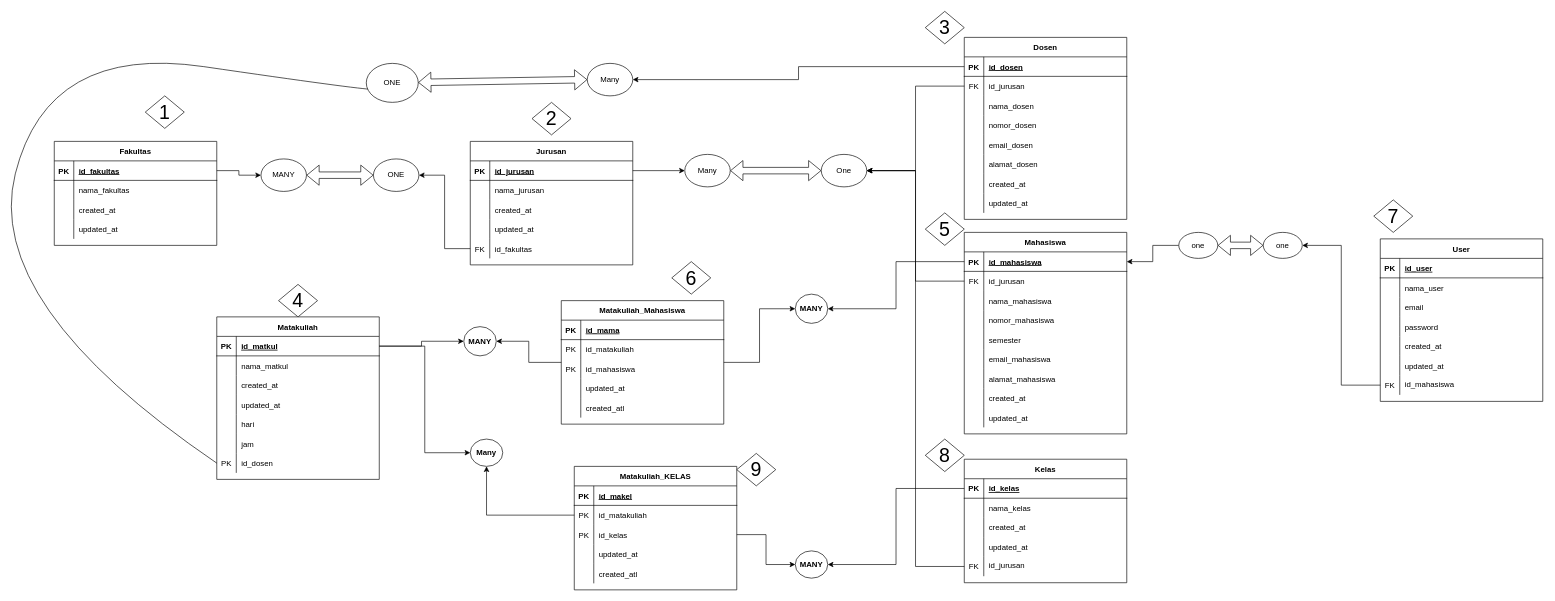
This is Untitled Diagram.drawio from Razha90/calculator, a draw.io file, before an edit. Source tidied: cells renumbered, new cells numbered last; positions are measured from the earlier drawing's top-left corner, leaving out a move shared by most shapes. Both pictures are drawn from the tidied source at 65%, with x=0, y=0 at pixel (-18, -2).
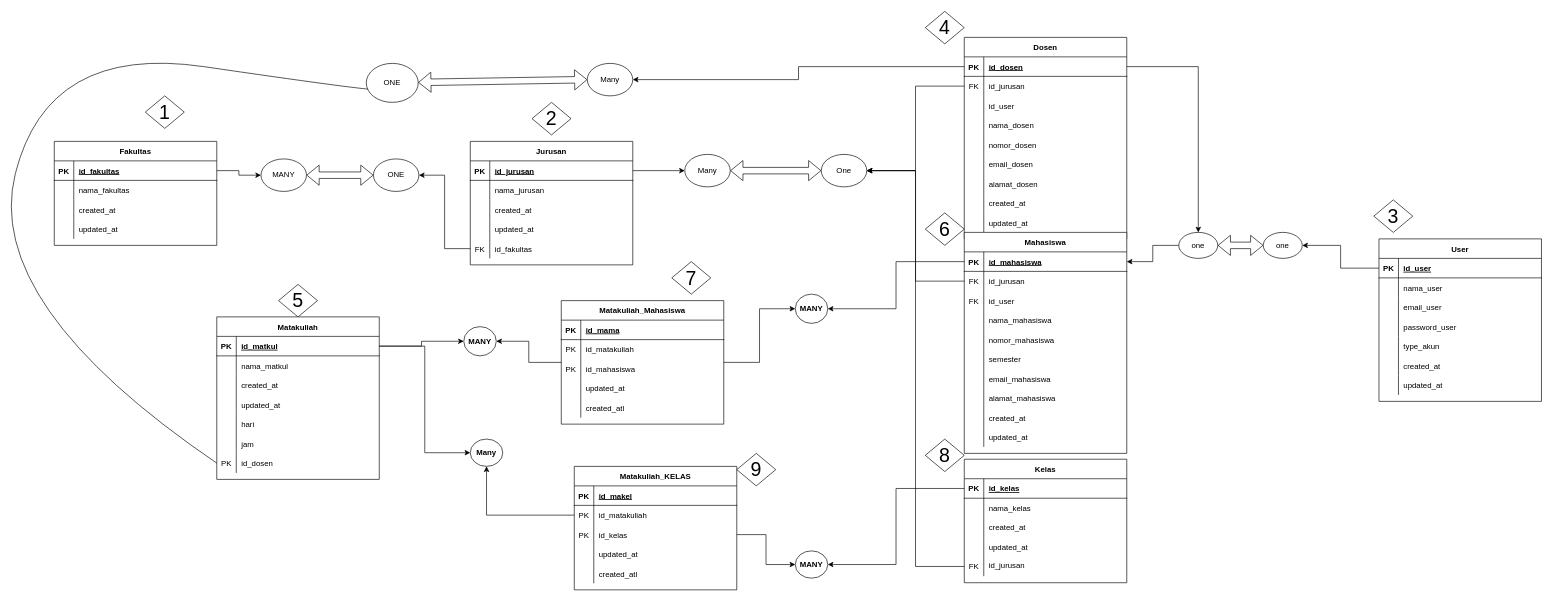
Above is the later version.

The change refers to these unchanged cells:
```xml
<mxCell id="3" style="shape=partialRectangle;fillColor=none;points=[[0,0.5],[1,0.5]];portConstraint=eastwest;top=0;left=0;right=0;bottom=1;" parent="2" vertex="1">
  <mxGeometry y="30" width="250" height="30" as="geometry" />
</mxCell>
<mxCell id="185" style="shape=partialRectangle;fillColor=none;points=[[0,0.5],[1,0.5]];portConstraint=eastwest;top=0;left=0;right=0;bottom=1;" parent="184" vertex="1">
  <mxGeometry y="30" width="250" height="30" as="geometry" />
</mxCell>
<mxCell id="191" style="shape=partialRectangle;fillColor=none;top=0;left=0;right=0;bottom=0;" parent="184" vertex="1">
  <mxGeometry y="90" width="250" height="30" as="geometry" />
</mxCell>
<mxCell id="194" style="shape=partialRectangle;fillColor=none;top=0;left=0;right=0;bottom=0;" parent="184" vertex="1">
  <mxGeometry y="120" width="250" height="30" as="geometry" />
</mxCell>
<mxCell id="207" value="one" style="ellipse;whiteSpace=wrap;html=1;" parent="1" vertex="1">
  <mxGeometry x="1970" y="360" width="60" height="40" as="geometry" />
</mxCell>
<mxCell id="209" value="one" style="ellipse;whiteSpace=wrap;html=1;" parent="1" vertex="1">
  <mxGeometry x="1840" y="360" width="60" height="40" as="geometry" />
</mxCell>
```

The edit, as a diff of the source:
```diff
@@
     <mxCell id="2" value="Dosen" style="shape=table;startSize=30;childLayout=tableLayout;rowLines=0;fontStyle=1;align=center;" parent="1" vertex="1">
-      <mxGeometry x="1510" y="60" width="250" height="280" as="geometry" />
+      <mxGeometry x="1510" y="60" width="250" height="310" as="geometry" />
     </mxCell>
@@
+    <mxCell id="220" style="shape=partialRectangle;fillColor=none;top=0;left=0;right=0;bottom=0;" parent="2" vertex="1">
+      <mxGeometry y="90" width="250" height="30" as="geometry" />
+    </mxCell>
+    <mxCell id="221" style="shape=partialRectangle;overflow=hidden;fillColor=none;top=0;left=0;bottom=0;right=0;" parent="220" vertex="1">
+      <mxGeometry width="30" height="30" as="geometry" />
+    </mxCell>
+    <mxCell id="222" value="id_user" style="shape=partialRectangle;overflow=hidden;fillColor=none;top=0;left=0;bottom=0;right=0;align=left;spacingLeft=6;" parent="220" vertex="1">
+      <mxGeometry x="30" width="220" height="30" as="geometry" />
+    </mxCell>
     <mxCell id="9" style="shape=partialRectangle;fillColor=none;top=0;left=0;right=0;bottom=0;" parent="2" vertex="1">
-      <mxGeometry y="90" width="250" height="30" as="geometry" />
+      <mxGeometry y="120" width="250" height="30" as="geometry" />
     </mxCell>
@@
     <mxCell id="12" style="shape=partialRectangle;fillColor=none;top=0;left=0;right=0;bottom=0;" parent="2" vertex="1">
-      <mxGeometry y="120" width="250" height="30" as="geometry" />
+      <mxGeometry y="150" width="250" height="30" as="geometry" />
     </mxCell>
@@
     <mxCell id="15" style="shape=partialRectangle;fillColor=none;top=0;left=0;right=0;bottom=0;" parent="2" vertex="1">
-      <mxGeometry y="150" width="250" height="30" as="geometry" />
+      <mxGeometry y="180" width="250" height="30" as="geometry" />
     </mxCell>
@@
     <mxCell id="18" style="shape=partialRectangle;fillColor=none;top=0;left=0;right=0;bottom=0;" parent="2" vertex="1">
-      <mxGeometry y="180" width="250" height="30" as="geometry" />
+      <mxGeometry y="210" width="250" height="30" as="geometry" />
     </mxCell>
@@
     <mxCell id="21" style="shape=partialRectangle;fillColor=none;top=0;left=0;right=0;bottom=0;" parent="2" vertex="1">
-      <mxGeometry y="210" width="250" height="30" as="geometry" />
+      <mxGeometry y="240" width="250" height="30" as="geometry" />
     </mxCell>
@@
     <mxCell id="24" style="shape=partialRectangle;fillColor=none;top=0;left=0;right=0;bottom=0;" parent="2" vertex="1">
-      <mxGeometry y="240" width="250" height="30" as="geometry" />
+      <mxGeometry y="270" width="250" height="30" as="geometry" />
     </mxCell>
@@
     <mxCell id="27" value="Mahasiswa" style="shape=table;startSize=30;childLayout=tableLayout;rowLines=0;fontStyle=1;align=center;" parent="1" vertex="1">
-      <mxGeometry x="1510" y="360" width="250" height="310" as="geometry" />
+      <mxGeometry x="1510" y="360" width="250" height="340" as="geometry" />
     </mxCell>
@@
+    <mxCell id="223" style="shape=partialRectangle;fillColor=none;top=0;left=0;right=0;bottom=0;" parent="27" vertex="1">
+      <mxGeometry y="90" width="250" height="30" as="geometry" />
+    </mxCell>
+    <mxCell id="204" value="FK" style="shape=partialRectangle;overflow=hidden;fillColor=none;top=0;left=0;bottom=0;right=0;" parent="223" vertex="1">
+      <mxGeometry width="30" height="30" as="geometry" />
+    </mxCell>
+    <mxCell id="224" value="id_user" style="shape=partialRectangle;overflow=hidden;fillColor=none;top=0;left=0;bottom=0;right=0;align=left;spacingLeft=6;" parent="223" vertex="1">
+      <mxGeometry x="30" width="220" height="30" as="geometry" />
+    </mxCell>
     <mxCell id="34" style="shape=partialRectangle;fillColor=none;top=0;left=0;right=0;bottom=0;" parent="27" vertex="1">
-      <mxGeometry y="90" width="250" height="30" as="geometry" />
+      <mxGeometry y="120" width="250" height="30" as="geometry" />
     </mxCell>
@@
     <mxCell id="37" style="shape=partialRectangle;fillColor=none;top=0;left=0;right=0;bottom=0;" parent="27" vertex="1">
-      <mxGeometry y="120" width="250" height="30" as="geometry" />
+      <mxGeometry y="150" width="250" height="30" as="geometry" />
     </mxCell>
@@
     <mxCell id="40" style="shape=partialRectangle;fillColor=none;top=0;left=0;right=0;bottom=0;" parent="27" vertex="1">
-      <mxGeometry y="150" width="250" height="30" as="geometry" />
+      <mxGeometry y="180" width="250" height="30" as="geometry" />
     </mxCell>
@@
     <mxCell id="43" style="shape=partialRectangle;fillColor=none;top=0;left=0;right=0;bottom=0;" parent="27" vertex="1">
-      <mxGeometry y="180" width="250" height="30" as="geometry" />
+      <mxGeometry y="210" width="250" height="30" as="geometry" />
     </mxCell>
@@
     <mxCell id="46" style="shape=partialRectangle;fillColor=none;top=0;left=0;right=0;bottom=0;" parent="27" vertex="1">
-      <mxGeometry y="210" width="250" height="30" as="geometry" />
+      <mxGeometry y="240" width="250" height="30" as="geometry" />
     </mxCell>
@@
     <mxCell id="49" style="shape=partialRectangle;fillColor=none;top=0;left=0;right=0;bottom=0;" parent="27" vertex="1">
-      <mxGeometry y="240" width="250" height="30" as="geometry" />
+      <mxGeometry y="270" width="250" height="30" as="geometry" />
     </mxCell>
@@
     <mxCell id="52" style="shape=partialRectangle;fillColor=none;top=0;left=0;right=0;bottom=0;" parent="27" vertex="1">
-      <mxGeometry y="270" width="250" height="30" as="geometry" />
+      <mxGeometry y="300" width="250" height="30" as="geometry" />
     </mxCell>
@@
     <mxCell id="184" value="User" style="shape=table;startSize=30;childLayout=tableLayout;rowLines=0;fontStyle=1;align=center;" parent="1" vertex="1">
-      <mxGeometry x="2150" y="370" width="250" height="250" as="geometry" />
+      <mxGeometry x="2148" y="370" width="250" height="250" as="geometry" />
     </mxCell>
@@
-    <mxCell id="193" value="email" style="shape=partialRectangle;overflow=hidden;fillColor=none;top=0;left=0;bottom=0;right=0;align=left;spacingLeft=6;" parent="191" vertex="1">
+    <mxCell id="193" value="email_user" style="shape=partialRectangle;overflow=hidden;fillColor=none;top=0;left=0;bottom=0;right=0;align=left;spacingLeft=6;" parent="191" vertex="1">
       <mxGeometry x="30" width="220" height="30" as="geometry" />
     </mxCell>
@@
-    <mxCell id="196" value="password" style="shape=partialRectangle;overflow=hidden;fillColor=none;top=0;left=0;bottom=0;right=0;align=left;spacingLeft=6;" parent="194" vertex="1">
+    <mxCell id="196" value="password_user" style="shape=partialRectangle;overflow=hidden;fillColor=none;top=0;left=0;bottom=0;right=0;align=left;spacingLeft=6;" parent="194" vertex="1">
       <mxGeometry x="30" width="220" height="30" as="geometry" />
     </mxCell>
+    <mxCell id="225" style="shape=partialRectangle;fillColor=none;top=0;left=0;right=0;bottom=0;" parent="184" vertex="1">
+      <mxGeometry y="150" width="250" height="30" as="geometry" />
+    </mxCell>
+    <mxCell id="226" style="shape=partialRectangle;overflow=hidden;fillColor=none;top=0;left=0;bottom=0;right=0;" parent="225" vertex="1">
+      <mxGeometry width="30" height="30" as="geometry" />
+    </mxCell>
+    <mxCell id="227" value="type_akun" style="shape=partialRectangle;overflow=hidden;fillColor=none;top=0;left=0;bottom=0;right=0;align=left;spacingLeft=6;" parent="225" vertex="1">
+      <mxGeometry x="30" width="220" height="30" as="geometry" />
+    </mxCell>
     <mxCell id="197" style="shape=partialRectangle;fillColor=none;top=0;left=0;right=0;bottom=0;" parent="184" vertex="1">
-      <mxGeometry y="150" width="250" height="30" as="geometry" />
+      <mxGeometry y="180" width="250" height="30" as="geometry" />
     </mxCell>
@@
     <mxCell id="200" style="shape=partialRectangle;fillColor=none;top=0;left=0;right=0;bottom=0;" parent="184" vertex="1">
-      <mxGeometry y="180" width="250" height="30" as="geometry" />
+      <mxGeometry y="210" width="250" height="30" as="geometry" />
     </mxCell>
@@
-    <mxCell id="203" style="shape=partialRectangle;fillColor=none;points=[[0,0.5],[1,0.5]];portConstraint=eastwest;top=0;left=0;right=0;bottom=0;" parent="184" vertex="1">
-      <mxGeometry y="210" width="250" height="30" as="geometry" />
-    </mxCell>
-    <mxCell id="204" value="FK" style="shape=partialRectangle;overflow=hidden;fillColor=none;top=0;left=0;bottom=0;right=0;" parent="203" vertex="1">
-      <mxGeometry width="30" height="30" as="geometry" />
-    </mxCell>
-    <mxCell id="205" value="id_mahasiswa" style="shape=partialRectangle;overflow=hidden;fillColor=none;top=0;left=0;bottom=0;right=0;align=left;spacingLeft=6;verticalAlign=top;" parent="203" vertex="1">
-      <mxGeometry x="30" width="220" height="30" as="geometry" />
-    </mxCell>
-    <mxCell id="206" style="edgeStyle=orthogonalEdgeStyle;rounded=0;jettySize=auto;html=1;entryX=1;entryY=0.5;entryDx=0;entryDy=0;" parent="1" edge="1" source="203" target="207">
+    <mxCell id="206" style="edgeStyle=orthogonalEdgeStyle;rounded=0;jettySize=auto;html=1;entryX=1;entryY=0.5;entryDx=0;entryDy=0;" parent="1" edge="1" target="207">
       <mxGeometry relative="1" as="geometry" />
     </mxCell>
@@
-    <mxCell id="213" value="3" style="rhombus;whiteSpace=wrap;html=1;fontSize=30;" parent="1" vertex="1">
+    <mxCell id="213" value="4" style="rhombus;whiteSpace=wrap;html=1;fontSize=30;" parent="1" vertex="1">
       <mxGeometry x="1450" y="20" width="60" height="50" as="geometry" />
     </mxCell>
-    <mxCell id="214" value="4" style="rhombus;whiteSpace=wrap;html=1;fontSize=30;" parent="1" vertex="1">
+    <mxCell id="214" value="5" style="rhombus;whiteSpace=wrap;html=1;fontSize=30;" parent="1" vertex="1">
       <mxGeometry x="455" y="440" width="60" height="50" as="geometry" />
     </mxCell>
-    <mxCell id="215" value="5" style="rhombus;whiteSpace=wrap;html=1;fontSize=30;" parent="1" vertex="1">
+    <mxCell id="215" value="6" style="rhombus;whiteSpace=wrap;html=1;fontSize=30;" parent="1" vertex="1">
       <mxGeometry x="1450" y="330" width="60" height="50" as="geometry" />
     </mxCell>
-    <mxCell id="216" value="6" style="rhombus;whiteSpace=wrap;html=1;fontSize=30;" parent="1" vertex="1">
+    <mxCell id="216" value="7" style="rhombus;whiteSpace=wrap;html=1;fontSize=30;" parent="1" vertex="1">
       <mxGeometry x="1060" y="405" width="60" height="50" as="geometry" />
     </mxCell>
-    <mxCell id="217" value="7" style="rhombus;whiteSpace=wrap;html=1;fontSize=30;" parent="1" vertex="1">
+    <mxCell id="217" value="3" style="rhombus;whiteSpace=wrap;html=1;fontSize=30;" parent="1" vertex="1">
       <mxGeometry x="2140" y="310" width="60" height="50" as="geometry" />
     </mxCell>
@@
+    <mxCell id="228" style="edgeStyle=orthogonalEdgeStyle;rounded=0;jettySize=auto;html=1;entryX=0.5;entryY=0;entryDx=0;entryDy=0;" parent="1" edge="1" source="3" target="209">
+      <mxGeometry relative="1" as="geometry" />
+    </mxCell>
+    <mxCell id="229" style="edgeStyle=orthogonalEdgeStyle;rounded=0;jettySize=auto;html=1;entryX=1;entryY=0.5;entryDx=0;entryDy=0;" parent="1" edge="1" source="185" target="207">
+      <mxGeometry relative="1" as="geometry" />
+    </mxCell>
```
